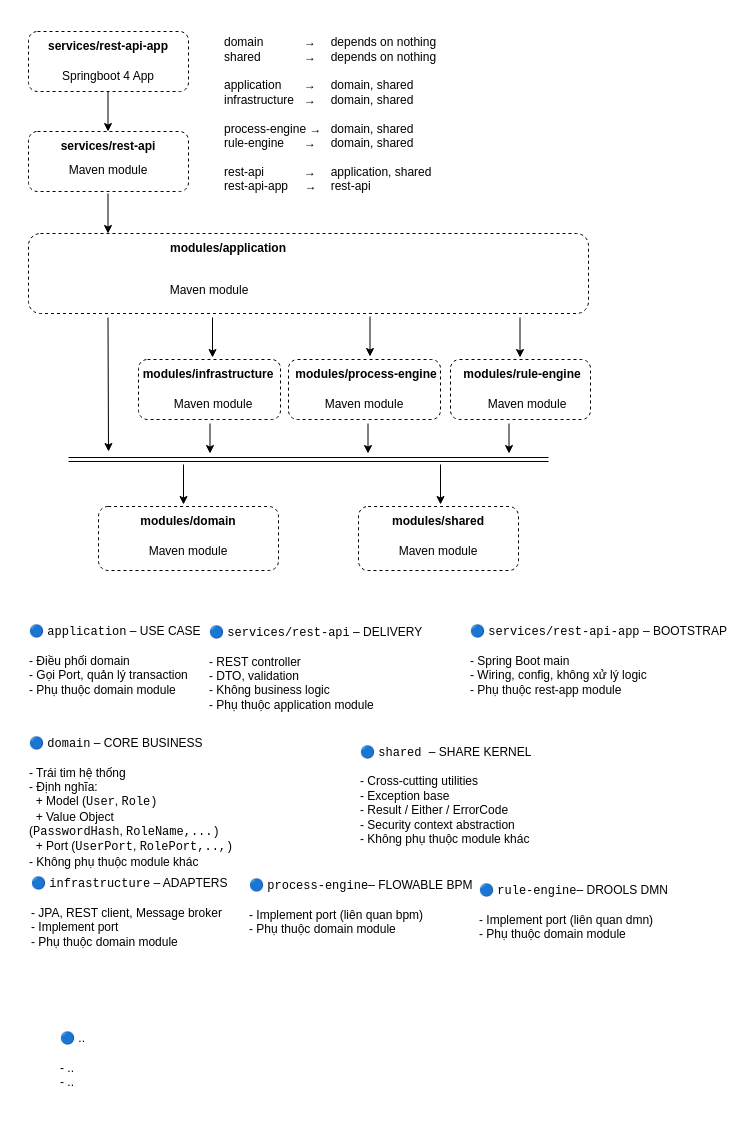
Earlier version of the draw.io diagram page "backend-java" (1 of 2) of doc/design-diagrams.drawio (buuhq-uit/msc-thesis-uit-is). Source tidied: cells renumbered, new cells numbered last; positions are measured from the earlier drawing's top-left corner, leaving out a move shared by most shapes. Both pictures are drawn from the tidied source at 100%, with x=0, y=0 at pixel (27, 31).
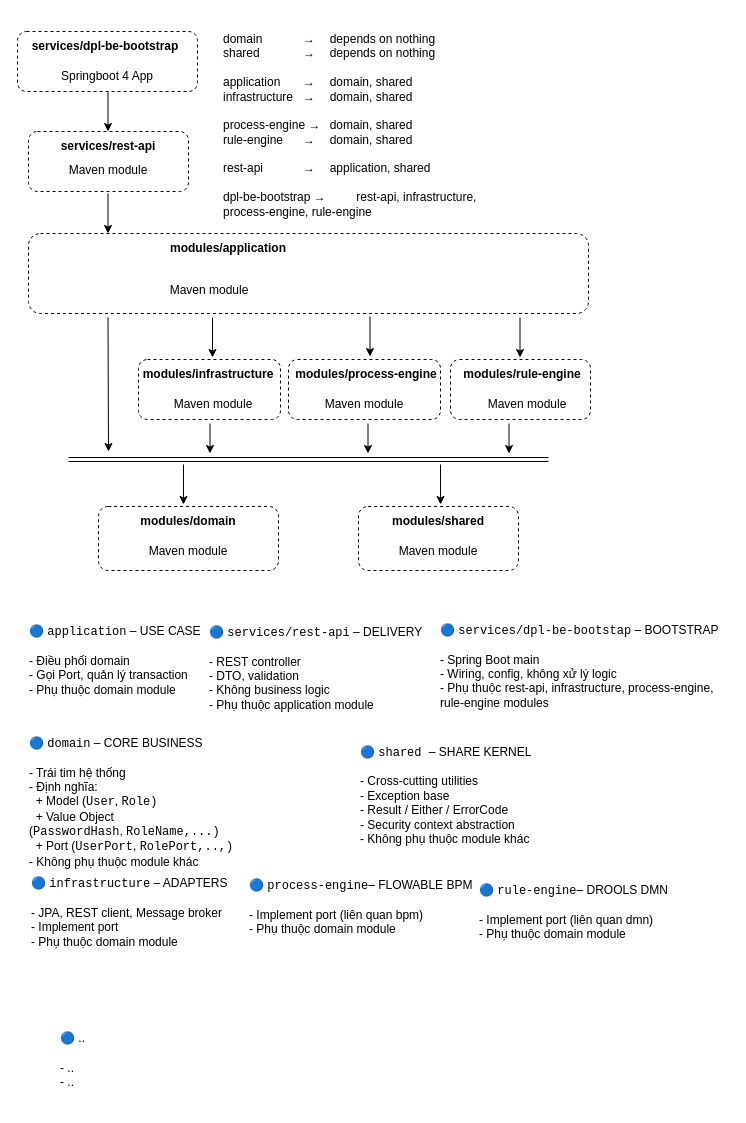
After the change.

Change to the diagram source:
```diff
@@
     <mxCell id="11" style="rounded=1;whiteSpace=wrap;html=1;dashed=1;align=center;" parent="1" vertex="1">
-      <mxGeometry x="1" width="160" height="60" as="geometry" />
+      <mxGeometry x="-10" width="180" height="60" as="geometry" />
     </mxCell>
-    <mxCell id="12" value="services/rest-api-app" style="text;html=1;whiteSpace=wrap;strokeColor=none;fillColor=none;align=center;verticalAlign=middle;rounded=0;fontStyle=1;" parent="1" vertex="1">
-      <mxGeometry x="11" width="140" height="30" as="geometry" />
+    <mxCell id="12" value="services/dpl-be-bootstrap" style="text;html=1;whiteSpace=wrap;strokeColor=none;fillColor=none;align=center;verticalAlign=middle;rounded=0;fontStyle=1;" parent="1" vertex="1">
+      <mxGeometry x="3" width="150" height="30" as="geometry" />
     </mxCell>
@@
     <mxCell id="30" value="Springboot 4 App" style="text;html=1;whiteSpace=wrap;strokeColor=none;fillColor=none;align=center;verticalAlign=middle;rounded=0;" parent="1" vertex="1">
-      <mxGeometry x="26" y="30" width="110" height="30" as="geometry" />
+      <mxGeometry x="25" y="30" width="110" height="30" as="geometry" />
     </mxCell>
-    <mxCell id="31" value="&lt;div&gt;domain&amp;nbsp; &amp;nbsp; &amp;nbsp;&lt;span style=&quot;white-space: pre;&quot;&gt;&#9;&lt;/span&gt;&lt;span style=&quot;background-color: transparent; color: light-dark(rgb(0, 0, 0), rgb(255, 255, 255));&quot;&gt;→&lt;/span&gt;&lt;span style=&quot;background-color: transparent; color: light-dark(rgb(0, 0, 0), rgb(255, 255, 255));&quot;&gt;&amp;nbsp;&lt;span style=&quot;white-space: pre;&quot;&gt;&#9;&lt;/span&gt;&lt;/span&gt;&lt;span style=&quot;background-color: transparent; color: light-dark(rgb(0, 0, 0), rgb(255, 255, 255));&quot;&gt;depends on nothing&lt;/span&gt;&lt;/div&gt;&lt;div&gt;shared&amp;nbsp; &amp;nbsp; &amp;nbsp; &lt;span style=&quot;white-space: pre;&quot;&gt;&#9;&lt;/span&gt;→ &lt;span style=&quot;white-space: pre;&quot;&gt;&#9;&lt;/span&gt;depends on nothing&lt;/div&gt;&lt;div&gt;&lt;br&gt;&lt;/div&gt;&lt;div&gt;application &lt;span style=&quot;white-space: pre;&quot;&gt;&#9;&lt;/span&gt;→ &lt;span style=&quot;white-space: pre;&quot;&gt;&#9;&lt;/span&gt;domain, shared&lt;/div&gt;&lt;div&gt;infrastructure&lt;span style=&quot;white-space: pre;&quot;&gt;&#9;&lt;/span&gt;→ &lt;span style=&quot;white-space: pre;&quot;&gt;&#9;&lt;/span&gt;domain, shared&lt;/div&gt;&lt;div&gt;&lt;br&gt;&lt;/div&gt;&lt;div&gt;process-engine →&amp;nbsp;&lt;span style=&quot;white-space: pre;&quot;&gt;&#9;&lt;/span&gt;domain, shared&lt;/div&gt;&lt;div&gt;rule-engine &lt;span style=&quot;white-space: pre;&quot;&gt;&#9;&lt;/span&gt;→&amp;nbsp;&lt;span style=&quot;white-space: pre;&quot;&gt;&#9;&lt;/span&gt;domain, shared&lt;/div&gt;&lt;div&gt;&lt;br&gt;&lt;/div&gt;&lt;div&gt;rest-api&amp;nbsp; &amp;nbsp; &amp;nbsp; &lt;span style=&quot;white-space: pre;&quot;&gt;&#9;&lt;/span&gt;→ &lt;span style=&quot;white-space: pre;&quot;&gt;&#9;&lt;/span&gt;application, shared&lt;/div&gt;&lt;div&gt;rest-api-app&amp;nbsp; &amp;nbsp; &amp;nbsp;→&amp;nbsp;&lt;span style=&quot;white-space: pre;&quot;&gt;&#9;&lt;/span&gt;rest-api&lt;/div&gt;&lt;div&gt;&lt;br&gt;&lt;/div&gt;" style="text;html=1;whiteSpace=wrap;strokeColor=none;fillColor=none;align=left;verticalAlign=middle;rounded=0;" parent="1" vertex="1">
-      <mxGeometry x="195" width="236" height="180" as="geometry" />
+    <mxCell id="31" value="&lt;div&gt;&lt;br&gt;&lt;/div&gt;&lt;div&gt;domain&amp;nbsp; &amp;nbsp; &amp;nbsp;&lt;span style=&quot;white-space: pre;&quot;&gt;&#9;&lt;/span&gt;&lt;span style=&quot;background-color: transparent; color: light-dark(rgb(0, 0, 0), rgb(255, 255, 255));&quot;&gt;→&lt;/span&gt;&lt;span style=&quot;background-color: transparent; color: light-dark(rgb(0, 0, 0), rgb(255, 255, 255));&quot;&gt;&amp;nbsp;&lt;span style=&quot;white-space: pre;&quot;&gt;&#9;&lt;/span&gt;&lt;/span&gt;&lt;span style=&quot;background-color: transparent; color: light-dark(rgb(0, 0, 0), rgb(255, 255, 255));&quot;&gt;depends on nothing&lt;/span&gt;&lt;/div&gt;&lt;div&gt;shared&amp;nbsp; &amp;nbsp; &amp;nbsp; &lt;span style=&quot;white-space: pre;&quot;&gt;&#9;&lt;/span&gt;→ &lt;span style=&quot;white-space: pre;&quot;&gt;&#9;&lt;/span&gt;depends on nothing&lt;/div&gt;&lt;div&gt;&lt;br&gt;&lt;/div&gt;&lt;div&gt;application &lt;span style=&quot;white-space: pre;&quot;&gt;&#9;&lt;/span&gt;→ &lt;span style=&quot;white-space: pre;&quot;&gt;&#9;&lt;/span&gt;domain, shared&lt;/div&gt;&lt;div&gt;infrastructure&lt;span style=&quot;white-space: pre;&quot;&gt;&#9;&lt;/span&gt;→ &lt;span style=&quot;white-space: pre;&quot;&gt;&#9;&lt;/span&gt;domain, shared&lt;/div&gt;&lt;div&gt;&lt;br&gt;&lt;/div&gt;&lt;div&gt;process-engine →&amp;nbsp;&lt;span style=&quot;white-space: pre;&quot;&gt;&#9;&lt;/span&gt;domain, shared&lt;/div&gt;&lt;div&gt;rule-engine &lt;span style=&quot;white-space: pre;&quot;&gt;&#9;&lt;/span&gt;→&amp;nbsp;&lt;span style=&quot;white-space: pre;&quot;&gt;&#9;&lt;/span&gt;domain, shared&lt;/div&gt;&lt;div&gt;&lt;br&gt;&lt;/div&gt;&lt;div&gt;rest-api&amp;nbsp; &amp;nbsp; &amp;nbsp; &lt;span style=&quot;white-space: pre;&quot;&gt;&#9;&lt;/span&gt;→ &lt;span style=&quot;white-space: pre;&quot;&gt;&#9;&lt;/span&gt;application, shared&lt;/div&gt;&lt;div&gt;&lt;br&gt;&lt;/div&gt;&lt;div&gt;dpl-be-bootstrap →&amp;nbsp;&lt;span style=&quot;white-space: pre;&quot;&gt;&#9;&lt;/span&gt;rest-api, infrastructure, process-engine, rule-engine&lt;/div&gt;&lt;div&gt;&lt;br&gt;&lt;/div&gt;" style="text;html=1;whiteSpace=wrap;strokeColor=none;fillColor=none;align=left;verticalAlign=middle;rounded=0;" parent="1" vertex="1">
+      <mxGeometry x="194" y="-6" width="266" height="200" as="geometry" />
     </mxCell>
@@
-    <mxCell id="37" value="&lt;code&gt;&lt;span style=&quot;font-family: Helvetica;&quot;&gt;🔵&amp;nbsp;&lt;/span&gt;&lt;/code&gt;&lt;code&gt;services/rest-api-app&lt;/code&gt; – BOOTSTRAP&lt;br&gt;&lt;div&gt;&lt;br&gt;&lt;div&gt;-&amp;nbsp;Spring Boot main&lt;/div&gt;&lt;div&gt;-&amp;nbsp;Wiring, config, không xử lý logic&lt;/div&gt;&lt;/div&gt;&lt;div&gt;- Phụ thuộc rest-app module&lt;/div&gt;" style="text;html=1;whiteSpace=wrap;strokeColor=none;fillColor=none;align=left;verticalAlign=middle;rounded=0;" parent="1" vertex="1">
-      <mxGeometry x="441" y="584" width="260" height="90" as="geometry" />
+    <mxCell id="37" value="&lt;code&gt;&lt;span style=&quot;font-family: Helvetica;&quot;&gt;🔵&amp;nbsp;&lt;/span&gt;&lt;/code&gt;&lt;code&gt;services/dpl-be-bootstap&lt;/code&gt;&amp;nbsp;– BOOTSTRAP&lt;br&gt;&lt;div&gt;&lt;br&gt;&lt;div&gt;-&amp;nbsp;Spring Boot main&lt;/div&gt;&lt;div&gt;-&amp;nbsp;Wiring, config, không xử lý logic&lt;/div&gt;&lt;/div&gt;&lt;div&gt;- Phụ thuộc rest-api, infrastructure, process-engine, rule-engine modules&lt;/div&gt;" style="text;html=1;whiteSpace=wrap;strokeColor=none;fillColor=none;align=left;verticalAlign=middle;rounded=0;" parent="1" vertex="1">
+      <mxGeometry x="411" y="590" width="290" height="90" as="geometry" />
     </mxCell>
```
